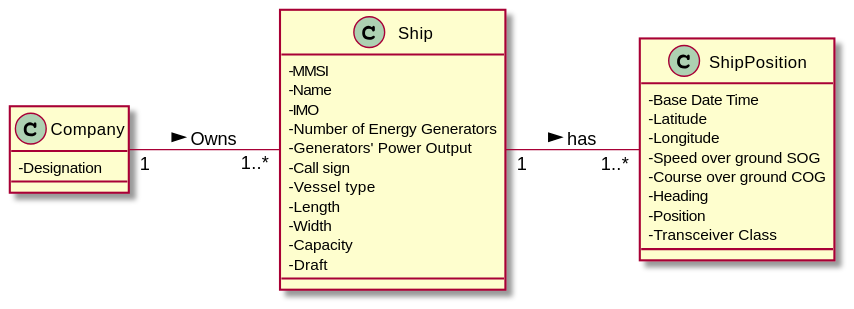
1190772/LAB-Project-3 keeps this PlantUML diagram as docs/Sprint 1/US/US104/US104_MD.svg. Above is the earlier version. The source it was exported from:
```plantuml
@startuml

skinparam classAttributeIconSize 0
left to right direction

class Company {
-Designation
}

class Ship {
-MMSI
-Name
-IMO
-Number of Energy Generators
-Generators' Power Output
-Call sign
-Vessel type
-Length
-Width
-Capacity
-Draft
}

class ShipPosition {
-Base Date Time
-Latitude
-Longitude
-Speed over ground SOG
-Course over ground COG
-Heading
-Position
-Transceiver Class
}


Company "1" -- "1..*" Ship : Owns >
Ship "1" -- "1..*" ShipPosition : has >

@enduml
```
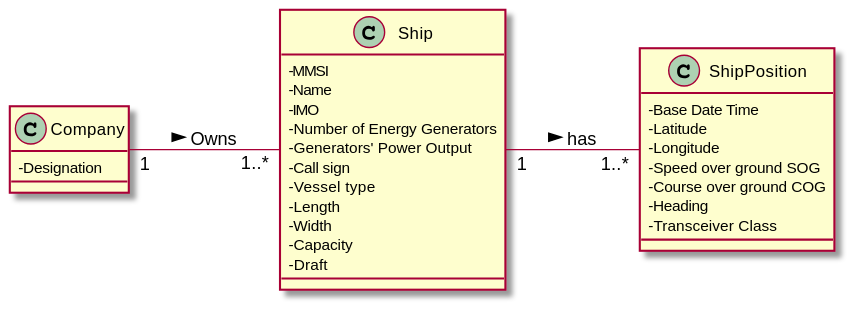
The same file after the commit.

What changed in the source:
```diff
@@ -28,7 +28,6 @@
 -Speed over ground SOG
 -Course over ground COG
 -Heading
--Position
 -Transceiver Class
 }
 
```
